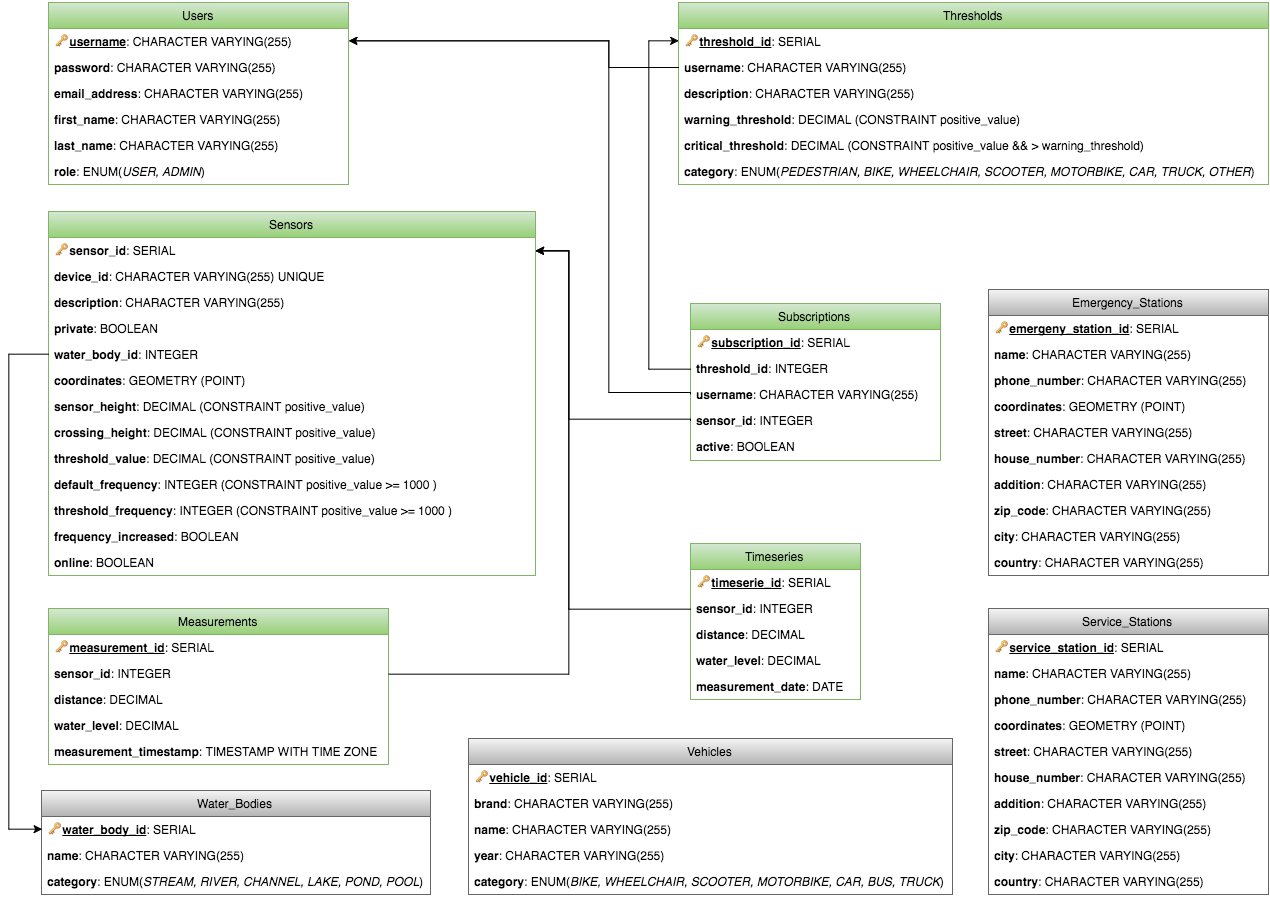
Above: docs/img/database-schema.png in nicho90/GWoT-VST-Docs (draw.io), before the change. Source tidied: cells renumbered, new cells last; positions are measured from the earlier drawing's top-left corner, leaving out a move shared by most shapes.
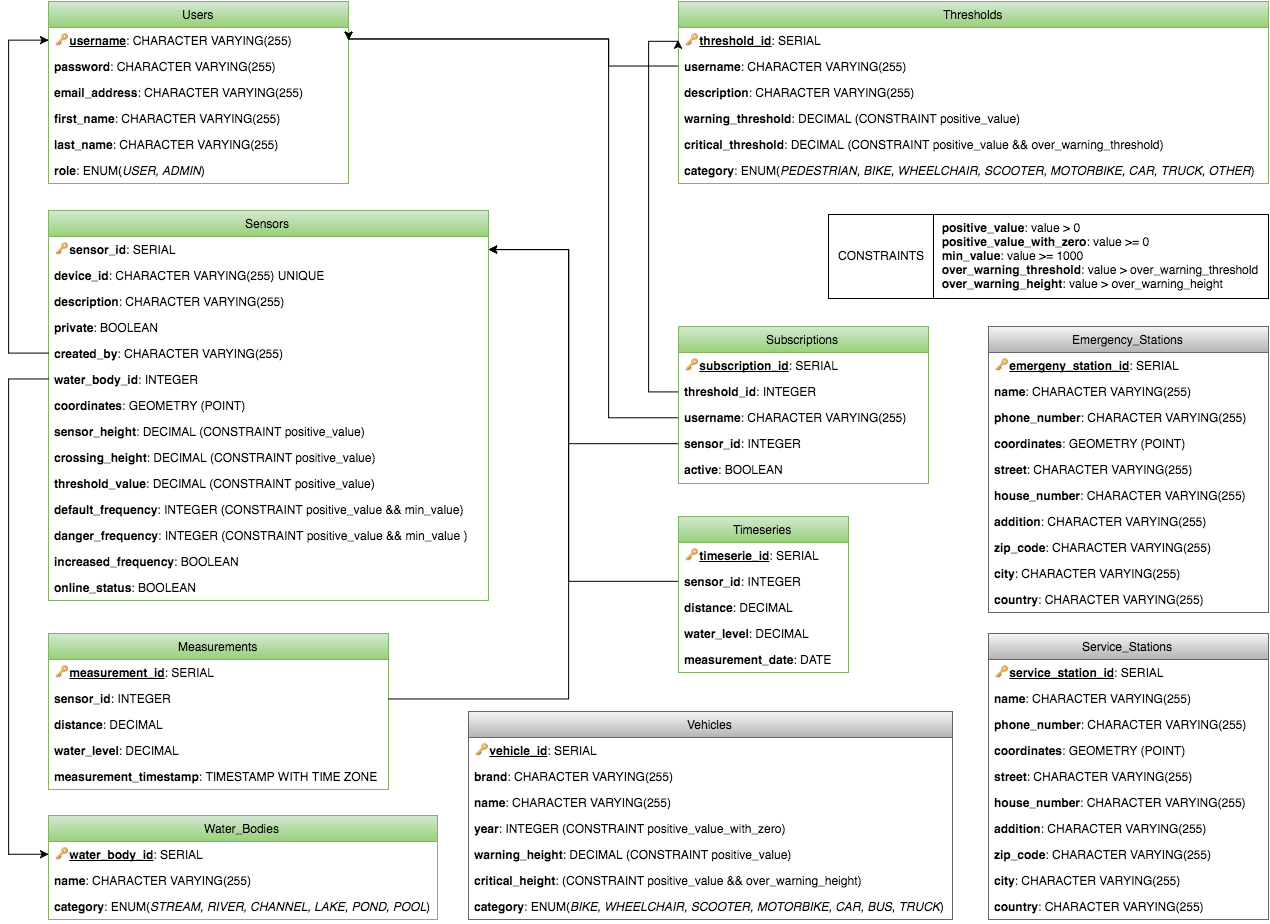
Later version of the same file.

Commit message:
Updated the database-schema

- Added missing and renamed attributes
- Added CONSTRAINTS

The edit, as a diff of the source:
```diff
@@ -40,3 +40,3 @@
     </mxCell>
-    <mxCell id="14" value="&lt;b&gt;critical_threshold&lt;/b&gt;:&amp;nbsp;DECIMAL (CONSTRAINT positive_value &amp;amp;&amp;amp; &amp;gt;&amp;nbsp;warning_threshold)" style="text;html=1;strokeColor=none;fillColor=none;align=left;verticalAlign=top;spacingLeft=4;spacingRight=4;whiteSpace=wrap;overflow=hidden;" parent="9" vertex="1">
+    <mxCell id="14" value="&lt;b&gt;critical_threshold&lt;/b&gt;:&amp;nbsp;DECIMAL (CONSTRAINT positive_value &amp;amp;&amp;amp; over_warning_threshold)" style="text;html=1;strokeColor=none;fillColor=none;align=left;verticalAlign=top;spacingLeft=4;spacingRight=4;whiteSpace=wrap;overflow=hidden;" parent="9" vertex="1">
       <mxGeometry y="130" width="590" height="26" as="geometry" />
@@ -47,45 +47,48 @@
     <mxCell id="16" value="Sensors" style="swimlane;html=1;fontStyle=0;horizontal=1;startSize=26;swimlaneFillColor=#ffffff;labelBackgroundColor=none;plain-green;" parent="1" vertex="1">
-      <mxGeometry x="40" y="209" width="487" height="364" as="geometry" />
+      <mxGeometry x="40" y="209" width="440" height="390" as="geometry" />
     </mxCell>
     <mxCell id="17" value="🔑 &lt;b&gt;sensor_id&lt;/b&gt;: SERIAL" style="text;html=1;strokeColor=none;fillColor=none;align=left;verticalAlign=top;spacingLeft=4;spacingRight=4;whiteSpace=wrap;overflow=hidden;points=[[0,0.5],[1,0.5]];portConstraint=eastwest;" parent="16" vertex="1">
-      <mxGeometry y="26" width="487" height="26" as="geometry" />
+      <mxGeometry y="26" width="440" height="26" as="geometry" />
     </mxCell>
     <mxCell id="18" value="&lt;b&gt;device_id&lt;/b&gt;: CHARACTER VARYING(255) UNIQUE" style="text;html=1;strokeColor=none;fillColor=none;align=left;verticalAlign=top;spacingLeft=4;spacingRight=4;whiteSpace=wrap;overflow=hidden;" parent="16" vertex="1">
-      <mxGeometry y="52" width="487" height="26" as="geometry" />
+      <mxGeometry y="52" width="440" height="26" as="geometry" />
     </mxCell>
     <mxCell id="19" value="&lt;b&gt;description&lt;/b&gt;: CHARACTER VARYING(255)" style="text;html=1;strokeColor=none;fillColor=none;align=left;verticalAlign=top;spacingLeft=4;spacingRight=4;whiteSpace=wrap;overflow=hidden;" parent="16" vertex="1">
-      <mxGeometry y="78" width="487" height="26" as="geometry" />
+      <mxGeometry y="78" width="440" height="26" as="geometry" />
     </mxCell>
     <mxCell id="20" value="&lt;b&gt;private&lt;/b&gt;: BOOLEAN" style="text;html=1;strokeColor=none;fillColor=none;align=left;verticalAlign=top;spacingLeft=4;spacingRight=4;whiteSpace=wrap;overflow=hidden;" parent="16" vertex="1">
-      <mxGeometry y="104" width="487" height="26" as="geometry" />
+      <mxGeometry y="104" width="440" height="26" as="geometry" />
     </mxCell>
+    <mxCell id="87" value="&lt;b&gt;created_by&lt;/b&gt;:&amp;nbsp;&lt;span&gt;CHARACTER VARYING(255)&lt;/span&gt;" style="text;html=1;strokeColor=none;fillColor=none;align=left;verticalAlign=top;spacingLeft=4;spacingRight=4;whiteSpace=wrap;overflow=hidden;points=[[0,0.5],[1,0.5]];portConstraint=eastwest;" parent="16" vertex="1">
+      <mxGeometry y="130" width="440" height="26" as="geometry" />
+    </mxCell>
     <mxCell id="21" value="&lt;b&gt;water_body_id&lt;/b&gt;: INTEGER" style="text;html=1;strokeColor=none;fillColor=none;align=left;verticalAlign=top;spacingLeft=4;spacingRight=4;whiteSpace=wrap;overflow=hidden;points=[[0,0.5],[1,0.5]];portConstraint=eastwest;" parent="16" vertex="1">
-      <mxGeometry y="130" width="487" height="26" as="geometry" />
+      <mxGeometry y="156" width="440" height="26" as="geometry" />
     </mxCell>
     <mxCell id="22" value="&lt;b&gt;coordinates&lt;/b&gt;: GEOMETRY (POINT)" style="text;html=1;strokeColor=none;fillColor=none;align=left;verticalAlign=top;spacingLeft=4;spacingRight=4;whiteSpace=wrap;overflow=hidden;" parent="16" vertex="1">
-      <mxGeometry y="156" width="487" height="26" as="geometry" />
+      <mxGeometry y="182" width="440" height="26" as="geometry" />
     </mxCell>
     <mxCell id="23" value="&lt;b&gt;sensor_height&lt;/b&gt;:&amp;nbsp;DECIMAL (CONSTRAINT positive_value)" style="text;html=1;strokeColor=none;fillColor=none;align=left;verticalAlign=top;spacingLeft=4;spacingRight=4;whiteSpace=wrap;overflow=hidden;" parent="16" vertex="1">
-      <mxGeometry y="182" width="487" height="26" as="geometry" />
+      <mxGeometry y="208" width="440" height="26" as="geometry" />
     </mxCell>
     <mxCell id="24" value="&lt;b&gt;crossing_height&lt;/b&gt;:&amp;nbsp;DECIMAL (CONSTRAINT positive_value)" style="text;html=1;strokeColor=none;fillColor=none;align=left;verticalAlign=top;spacingLeft=4;spacingRight=4;whiteSpace=wrap;overflow=hidden;" parent="16" vertex="1">
-      <mxGeometry y="208" width="487" height="26" as="geometry" />
+      <mxGeometry y="234" width="440" height="26" as="geometry" />
     </mxCell>
     <mxCell id="25" value="&lt;b&gt;threshold_value&lt;/b&gt;:&amp;nbsp;DECIMAL&amp;nbsp;&lt;span&gt;(CONSTRAINT positive_value)&lt;/span&gt;" style="text;html=1;strokeColor=none;fillColor=none;align=left;verticalAlign=top;spacingLeft=4;spacingRight=4;whiteSpace=wrap;overflow=hidden;" parent="16" vertex="1">
-      <mxGeometry y="234" width="487" height="26" as="geometry" />
+      <mxGeometry y="260" width="440" height="26" as="geometry" />
     </mxCell>
-    <mxCell id="26" value="&lt;b&gt;default_frequency&lt;/b&gt;:&amp;nbsp;INTEGER&amp;nbsp;&lt;span&gt;(CONSTRAINT positive_value &amp;gt;= 1000 )&lt;/span&gt;" style="text;html=1;strokeColor=none;fillColor=none;align=left;verticalAlign=top;spacingLeft=4;spacingRight=4;whiteSpace=wrap;overflow=hidden;" parent="16" vertex="1">
-      <mxGeometry y="260" width="487" height="26" as="geometry" />
+    <mxCell id="26" value="&lt;b&gt;default_frequency&lt;/b&gt;:&amp;nbsp;INTEGER&amp;nbsp;&lt;span&gt;(CONSTRAINT positive_value &amp;amp;&amp;amp;&amp;nbsp;&lt;/span&gt;&lt;span&gt;min_value&lt;/span&gt;&lt;span&gt;)&lt;/span&gt;" style="text;html=1;strokeColor=none;fillColor=none;align=left;verticalAlign=top;spacingLeft=4;spacingRight=4;whiteSpace=wrap;overflow=hidden;" parent="16" vertex="1">
+      <mxGeometry y="286" width="440" height="26" as="geometry" />
     </mxCell>
-    <mxCell id="27" value="&lt;b&gt;threshold_frequency&lt;/b&gt;:&amp;nbsp;INTEGER&amp;nbsp;&lt;span&gt;(CONSTRAINT positive_value &amp;gt;= 1000 )&lt;/span&gt;" style="text;html=1;strokeColor=none;fillColor=none;align=left;verticalAlign=top;spacingLeft=4;spacingRight=4;whiteSpace=wrap;overflow=hidden;" parent="16" vertex="1">
-      <mxGeometry y="286" width="487" height="26" as="geometry" />
+    <mxCell id="27" value="&lt;b&gt;danger_frequency&lt;/b&gt;:&amp;nbsp;INTEGER&amp;nbsp;&lt;span&gt;(CONSTRAINT positive_value &amp;amp;&amp;amp;&amp;nbsp;&lt;/span&gt;&lt;span&gt;min_value&lt;/span&gt;&lt;span&gt;&amp;nbsp;)&lt;/span&gt;" style="text;html=1;strokeColor=none;fillColor=none;align=left;verticalAlign=top;spacingLeft=4;spacingRight=4;whiteSpace=wrap;overflow=hidden;" parent="16" vertex="1">
+      <mxGeometry y="312" width="440" height="26" as="geometry" />
     </mxCell>
-    <mxCell id="28" value="&lt;span&gt;&lt;b&gt;frequency_increased&lt;/b&gt;&lt;/span&gt;: BOOLEAN" style="text;html=1;strokeColor=none;fillColor=none;align=left;verticalAlign=top;spacingLeft=4;spacingRight=4;whiteSpace=wrap;overflow=hidden;" parent="16" vertex="1">
-      <mxGeometry y="312" width="487" height="26" as="geometry" />
+    <mxCell id="28" value="&lt;span&gt;&lt;b&gt;i&lt;/b&gt;&lt;/span&gt;&lt;b&gt;ncreased_&lt;/b&gt;&lt;span&gt;&lt;b&gt;frequency&lt;/b&gt;&lt;/span&gt;: BOOLEAN" style="text;html=1;strokeColor=none;fillColor=none;align=left;verticalAlign=top;spacingLeft=4;spacingRight=4;whiteSpace=wrap;overflow=hidden;" parent="16" vertex="1">
+      <mxGeometry y="338" width="440" height="26" as="geometry" />
     </mxCell>
-    <mxCell id="29" value="&lt;span&gt;&lt;b&gt;online&lt;/b&gt;&lt;/span&gt;: BOOLEAN" style="text;html=1;strokeColor=none;fillColor=none;align=left;verticalAlign=top;spacingLeft=4;spacingRight=4;whiteSpace=wrap;overflow=hidden;" parent="16" vertex="1">
-      <mxGeometry y="338" width="487" height="26" as="geometry" />
+    <mxCell id="29" value="&lt;span&gt;&lt;b&gt;online_status&lt;/b&gt;&lt;/span&gt;: BOOLEAN" style="text;html=1;strokeColor=none;fillColor=none;align=left;verticalAlign=top;spacingLeft=4;spacingRight=4;whiteSpace=wrap;overflow=hidden;" parent="16" vertex="1">
+      <mxGeometry y="364" width="440" height="26" as="geometry" />
     </mxCell>
     <mxCell id="30" value="Subscriptions" style="swimlane;html=1;fontStyle=0;horizontal=1;startSize=26;swimlaneFillColor=#ffffff;labelBackgroundColor=none;plain-green;" parent="1" vertex="1">
-      <mxGeometry x="682" y="301" width="250" height="157" as="geometry" />
+      <mxGeometry x="670" y="325" width="250" height="157" as="geometry" />
     </mxCell>
@@ -109,5 +112,5 @@
         <Array as="points">
+          <mxPoint x="340" y="38" />
           <mxPoint x="600" y="38" />
-          <mxPoint x="600" y="390" />
-          <mxPoint x="682" y="390" />
+          <mxPoint x="600" y="416" />
         </Array>
@@ -116,3 +119,3 @@
     <mxCell id="37" value="Measurements" style="swimlane;html=1;fontStyle=0;horizontal=1;startSize=26;swimlaneFillColor=#ffffff;labelBackgroundColor=none;plain-green;" parent="1" vertex="1">
-      <mxGeometry x="40" y="606" width="340" height="156" as="geometry" />
+      <mxGeometry x="40" y="632" width="340" height="156" as="geometry" />
     </mxCell>
@@ -134,3 +137,3 @@
     <mxCell id="43" value="&lt;span&gt;Service_Stations&lt;/span&gt;" style="swimlane;html=1;fontStyle=0;horizontal=1;startSize=26;swimlaneFillColor=#ffffff;labelBackgroundColor=none;plain-gray;" parent="1" vertex="1">
-      <mxGeometry x="980" y="606" width="280" height="286" as="geometry" />
+      <mxGeometry x="980" y="632" width="280" height="286" as="geometry" />
     </mxCell>
@@ -167,3 +170,3 @@
     <mxCell id="54" value="Vehicles" style="swimlane;html=1;fontStyle=0;horizontal=1;startSize=26;swimlaneFillColor=#ffffff;labelBackgroundColor=none;plain-gray;" parent="1" vertex="1">
-      <mxGeometry x="460" y="736" width="484" height="156" as="geometry" />
+      <mxGeometry x="460" y="710" width="484" height="208" as="geometry" />
     </mxCell>
@@ -178,10 +181,16 @@
     </mxCell>
+    <mxCell id="88" value="&lt;b&gt;year&lt;/b&gt;:&amp;nbsp;&lt;span&gt;INTEGER&lt;/span&gt;&lt;span&gt;&amp;nbsp;(CONSTRAINT positive_value_with_zero)&lt;/span&gt;" style="text;html=1;strokeColor=none;fillColor=none;align=left;verticalAlign=top;spacingLeft=4;spacingRight=4;whiteSpace=wrap;overflow=hidden;" parent="54" vertex="1">
+      <mxGeometry y="104" width="484" height="26" as="geometry" />
+    </mxCell>
-    <mxCell id="58" value="&lt;b&gt;year&lt;/b&gt;:&amp;nbsp;&lt;span&gt;CHARACTER VARYING(255)&lt;/span&gt;" style="text;html=1;strokeColor=none;fillColor=none;align=left;verticalAlign=top;spacingLeft=4;spacingRight=4;whiteSpace=wrap;overflow=hidden;" parent="54" vertex="1">
-      <mxGeometry y="104" width="484" height="26" as="geometry" />
+    <mxCell id="58" value="&lt;span&gt;&lt;b&gt;warning_height&lt;/b&gt;&lt;/span&gt;:&amp;nbsp;&lt;span&gt;DECIMAL&amp;nbsp;&lt;/span&gt;&lt;span&gt;(CONSTRAINT positive_value)&lt;/span&gt;" style="text;html=1;strokeColor=none;fillColor=none;align=left;verticalAlign=top;spacingLeft=4;spacingRight=4;whiteSpace=wrap;overflow=hidden;" parent="54" vertex="1">
+      <mxGeometry y="130" width="484" height="26" as="geometry" />
     </mxCell>
+    <mxCell id="89" value="&lt;span&gt;&lt;b&gt;critical_height&lt;/b&gt;&lt;/span&gt;:&amp;nbsp;&lt;span&gt;(CONSTRAINT positive_value &amp;amp;&amp;amp; over_warning_height)&lt;/span&gt;" style="text;html=1;strokeColor=none;fillColor=none;align=left;verticalAlign=top;spacingLeft=4;spacingRight=4;whiteSpace=wrap;overflow=hidden;" parent="54" vertex="1">
+      <mxGeometry y="156" width="484" height="26" as="geometry" />
+    </mxCell>
     <mxCell id="59" value="&lt;b&gt;category&lt;/b&gt;:&amp;nbsp;ENUM(&lt;i&gt;BIKE, WHEELCHAIR, SCOOTER, MOTORBIKE, CAR, BUS, TRUCK&lt;/i&gt;)" style="text;html=1;strokeColor=none;fillColor=none;align=left;verticalAlign=top;spacingLeft=4;spacingRight=4;whiteSpace=wrap;overflow=hidden;" parent="54" vertex="1">
-      <mxGeometry y="130" width="484" height="26" as="geometry" />
+      <mxGeometry y="182" width="484" height="26" as="geometry" />
     </mxCell>
     <mxCell id="60" value="&lt;span&gt;Emergency_Stations&lt;/span&gt;&lt;br&gt;" style="swimlane;html=1;fontStyle=0;horizontal=1;startSize=26;swimlaneFillColor=#ffffff;labelBackgroundColor=none;plain-gray;" parent="1" vertex="1">
-      <mxGeometry x="980" y="287" width="280" height="286" as="geometry" />
+      <mxGeometry x="980" y="325" width="280" height="286" as="geometry" />
     </mxCell>
@@ -218,3 +227,3 @@
     <mxCell id="71" value="Timeseries" style="swimlane;html=1;fontStyle=0;horizontal=1;startSize=26;swimlaneFillColor=#ffffff;labelBackgroundColor=none;plain-green;" parent="1" vertex="1">
-      <mxGeometry x="682" y="541" width="170" height="156" as="geometry" />
+      <mxGeometry x="670" y="515" width="170" height="156" as="geometry" />
     </mxCell>
@@ -235,4 +244,4 @@
     </mxCell>
-    <mxCell id="77" value="Water_Bodies" style="swimlane;html=1;fontStyle=0;horizontal=1;startSize=26;swimlaneFillColor=#ffffff;labelBackgroundColor=none;plain-gray;" parent="1" vertex="1">
-      <mxGeometry x="33" y="788" width="389" height="104" as="geometry" />
+    <mxCell id="77" value="Water_Bodies" style="swimlane;html=1;fontStyle=0;horizontal=1;startSize=26;swimlaneFillColor=#ffffff;labelBackgroundColor=none;plain-green;" parent="1" vertex="1">
+      <mxGeometry x="40" y="814" width="389" height="104" as="geometry" />
     </mxCell>
@@ -250,4 +259,4 @@
         <Array as="points">
-          <mxPoint y="352" />
-          <mxPoint y="827" />
+          <mxPoint y="378" />
+          <mxPoint y="853" />
         </Array>
@@ -258,3 +267,3 @@
         <Array as="points">
-          <mxPoint x="560" y="606" />
+          <mxPoint x="560" y="580" />
           <mxPoint x="560" y="248" />
@@ -266,3 +275,3 @@
         <Array as="points">
-          <mxPoint x="560" y="417" />
+          <mxPoint x="560" y="442" />
           <mxPoint x="560" y="248" />
@@ -271,10 +280,2 @@
     </mxCell>
-    <mxCell id="84" style="edgeStyle=orthogonalEdgeStyle;rounded=0;html=1;exitX=0;exitY=0.5;entryX=0;entryY=0.5;labelBackgroundColor=#FFFFFF;startArrow=none;startFill=0;endArrow=classic;endFill=1;jettySize=auto;fontSize=12;" parent="1" edge="1" source="32" target="10">
-      <mxGeometry relative="1" as="geometry">
-        <Array as="points">
-          <mxPoint x="640" y="367" />
-          <mxPoint x="640" y="38" />
-        </Array>
-      </mxGeometry>
-    </mxCell>
     <mxCell id="85" style="edgeStyle=orthogonalEdgeStyle;rounded=0;html=1;exitX=1;exitY=0.5;entryX=1;entryY=0.5;labelBackgroundColor=#FFFFFF;startArrow=none;startFill=0;endArrow=classic;endFill=1;jettySize=auto;fontSize=12;" parent="1" edge="1" source="39" target="17">
@@ -282,3 +283,3 @@
         <Array as="points">
-          <mxPoint x="560" y="672" />
+          <mxPoint x="560" y="697" />
           <mxPoint x="560" y="248" />
@@ -295,2 +296,27 @@
     </mxCell>
+    <mxCell id="90" style="edgeStyle=orthogonalEdgeStyle;rounded=0;html=1;exitX=0;exitY=0.5;entryX=0;entryY=0.5;labelBackgroundColor=#FFFFFF;startArrow=none;startFill=0;endArrow=classic;endFill=1;jettySize=auto;fontSize=12;" parent="1" edge="1" source="87" target="3">
+      <mxGeometry relative="1" as="geometry">
+        <Array as="points">
+          <mxPoint y="352" />
+          <mxPoint y="39" />
+        </Array>
+      </mxGeometry>
+    </mxCell>
+    <mxCell id="84" style="edgeStyle=orthogonalEdgeStyle;rounded=0;html=1;exitX=0;exitY=0.5;entryX=0;entryY=0.5;labelBackgroundColor=#FFFFFF;startArrow=none;startFill=0;endArrow=classic;endFill=1;jettySize=auto;fontSize=12;" parent="1" edge="1" source="32" target="10">
+      <mxGeometry relative="1" as="geometry">
+        <Array as="points">
+          <mxPoint x="640" y="390" />
+          <mxPoint x="640" y="40" />
+        </Array>
+      </mxGeometry>
+    </mxCell>
+    <mxCell id="91" value="&lt;div&gt;&lt;span&gt;&lt;br&gt;&lt;/span&gt;&lt;/div&gt;" style="text;html=1;align=left;verticalAlign=top;spacingTop=-4;fontSize=12;" parent="1" vertex="1">
+      <mxGeometry x="980" y="235" width="20" height="20" as="geometry" />
+    </mxCell>
+    <mxCell id="92" value="&lt;div&gt;&lt;div style=&quot;text-align: left&quot;&gt;&lt;b&gt;&amp;nbsp; positive_value&lt;/b&gt;&lt;span&gt;: value &amp;gt; 0&lt;/span&gt;&lt;br&gt;&lt;/div&gt;&lt;/div&gt;&lt;span&gt;&lt;div&gt;&lt;span&gt;&lt;b&gt;&amp;nbsp; positive_value_with_zero&lt;/b&gt;: value &amp;gt;= 0&lt;/span&gt;&lt;/div&gt;&lt;div&gt;&lt;b&gt;&amp;nbsp; min_value&lt;/b&gt;: value &amp;gt;= 1000&lt;br&gt;&lt;/div&gt;&lt;div&gt;&amp;nbsp; &lt;b&gt;over_warning_threshold&lt;/b&gt;:&amp;nbsp;value &amp;gt;&amp;nbsp;over_warning_threshold&amp;nbsp;&lt;br&gt;&lt;/div&gt;&lt;/span&gt;&lt;span&gt;&lt;div&gt;&amp;nbsp; &lt;b&gt;over_warning_height&lt;/b&gt;: value &amp;gt;&amp;nbsp;over_warning_height&lt;/div&gt;&lt;/span&gt;" style="whiteSpace=wrap;html=1;labelBackgroundColor=none;fillColor=none;fontSize=12;align=left;" parent="1" vertex="1">
+      <mxGeometry x="925" y="213" width="335" height="84" as="geometry" />
+    </mxCell>
+    <mxCell id="93" value="&lt;div&gt;&lt;span&gt;CONSTRAINTS&lt;/span&gt;&lt;br&gt;&lt;/div&gt;" style="whiteSpace=wrap;html=1;labelBackgroundColor=none;fontSize=12;align=center;fillColor=#ffffff;strokeColor=#000000;" parent="1" vertex="1">
+      <mxGeometry x="820" y="213" width="105" height="84" as="geometry" />
+    </mxCell>
   </root>
```
